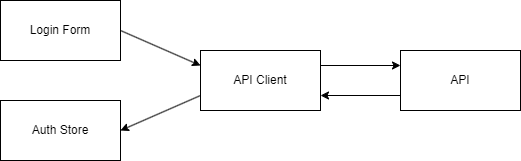
Before: .gitbook/assets/login_flow_frontend.drawio.png, a diagram exported from draw.io (Bernardo-MG/development-docs-architecture). Source tidied: cells renumbered, new cells last; positions are measured from the earlier drawing's top-left corner, leaving out a move shared by most shapes. Source of this version:
```xml
<mxGraphModel>
  <root>
    <mxCell id="0" />
    <mxCell id="1" parent="0" />
    <mxCell id="2" value="Login Form" style="rounded=0;whiteSpace=wrap;html=1;" parent="1" vertex="1">
      <mxGeometry width="120" height="60" as="geometry" />
    </mxCell>
    <mxCell id="3" value="API Client" style="rounded=0;whiteSpace=wrap;html=1;" parent="1" vertex="1">
      <mxGeometry x="200" y="50" width="120" height="60" as="geometry" />
    </mxCell>
    <mxCell id="4" value="API" style="rounded=0;whiteSpace=wrap;html=1;" parent="1" vertex="1">
      <mxGeometry x="400" y="50" width="120" height="60" as="geometry" />
    </mxCell>
    <mxCell id="5" style="endArrow=classic;html=1;rounded=0;exitX=1;exitY=0.5;exitDx=0;exitDy=0;entryX=0;entryY=0.25;entryDx=0;entryDy=0;" parent="1" edge="1" source="2" target="3">
      <mxGeometry relative="1" as="geometry" />
    </mxCell>
    <mxCell id="6" style="endArrow=classic;html=1;rounded=0;exitX=0;exitY=0.75;exitDx=0;exitDy=0;entryX=1;entryY=0.75;entryDx=0;entryDy=0;" parent="1" edge="1" source="4" target="3">
      <mxGeometry relative="1" as="geometry" />
    </mxCell>
    <mxCell id="7" style="endArrow=classic;html=1;rounded=0;exitX=1;exitY=0.25;exitDx=0;exitDy=0;entryX=0;entryY=0.25;entryDx=0;entryDy=0;" parent="1" edge="1" source="3" target="4">
      <mxGeometry relative="1" as="geometry" />
    </mxCell>
    <mxCell id="8" value="Auth Store" style="rounded=0;whiteSpace=wrap;html=1;" parent="1" vertex="1">
      <mxGeometry y="100" width="120" height="60" as="geometry" />
    </mxCell>
    <mxCell id="9" style="endArrow=classic;html=1;rounded=0;exitX=0;exitY=0.75;exitDx=0;exitDy=0;entryX=1;entryY=0.5;entryDx=0;entryDy=0;" parent="1" edge="1" source="3" target="8">
      <mxGeometry relative="1" as="geometry" />
    </mxCell>
  </root>
</mxGraphModel>
```
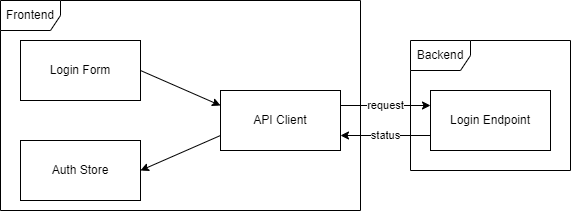
Above is the later version.

The edit, as a diff of the source:
```diff
@@ -8,16 +8,16 @@
     <mxCell id="3" value="API Client" style="rounded=0;whiteSpace=wrap;html=1;" parent="1" vertex="1">
       <mxGeometry x="200" y="50" width="120" height="60" as="geometry" />
     </mxCell>
-    <mxCell id="4" value="API" style="rounded=0;whiteSpace=wrap;html=1;" parent="1" vertex="1">
-      <mxGeometry x="400" y="50" width="120" height="60" as="geometry" />
+    <mxCell id="4" value="Login Endpoint" style="rounded=0;whiteSpace=wrap;html=1;" parent="1" vertex="1">
+      <mxGeometry x="410" y="50" width="120" height="60" as="geometry" />
     </mxCell>
     <mxCell id="5" style="endArrow=classic;html=1;rounded=0;exitX=1;exitY=0.5;exitDx=0;exitDy=0;entryX=0;entryY=0.25;entryDx=0;entryDy=0;" parent="1" edge="1" source="2" target="3">
       <mxGeometry relative="1" as="geometry" />
     </mxCell>
-    <mxCell id="6" style="endArrow=classic;html=1;rounded=0;exitX=0;exitY=0.75;exitDx=0;exitDy=0;entryX=1;entryY=0.75;entryDx=0;entryDy=0;" parent="1" edge="1" source="4" target="3">
+    <mxCell id="6" value="status" style="endArrow=classic;html=1;rounded=0;exitX=0;exitY=0.75;exitDx=0;exitDy=0;entryX=1;entryY=0.75;entryDx=0;entryDy=0;" parent="1" edge="1" source="4" target="3">
       <mxGeometry relative="1" as="geometry" />
     </mxCell>
-    <mxCell id="7" style="endArrow=classic;html=1;rounded=0;exitX=1;exitY=0.25;exitDx=0;exitDy=0;entryX=0;entryY=0.25;entryDx=0;entryDy=0;" parent="1" edge="1" source="3" target="4">
+    <mxCell id="7" value="request" style="endArrow=classic;html=1;rounded=0;exitX=1;exitY=0.25;exitDx=0;exitDy=0;entryX=0;entryY=0.25;entryDx=0;entryDy=0;" parent="1" edge="1" source="3" target="4">
       <mxGeometry relative="1" as="geometry" />
     </mxCell>
     <mxCell id="8" value="Auth Store" style="rounded=0;whiteSpace=wrap;html=1;" parent="1" vertex="1">
@@ -26,5 +26,11 @@
     <mxCell id="9" style="endArrow=classic;html=1;rounded=0;exitX=0;exitY=0.75;exitDx=0;exitDy=0;entryX=1;entryY=0.5;entryDx=0;entryDy=0;" parent="1" edge="1" source="3" target="8">
       <mxGeometry relative="1" as="geometry" />
     </mxCell>
+    <mxCell id="10" value="Backend" style="shape=umlFrame;whiteSpace=wrap;html=1;" parent="1" vertex="1">
+      <mxGeometry x="390" width="160" height="130" as="geometry" />
+    </mxCell>
+    <mxCell id="11" value="Frontend" style="shape=umlFrame;whiteSpace=wrap;html=1;" parent="1" vertex="1">
+      <mxGeometry x="-20" y="-40" width="360" height="210" as="geometry" />
+    </mxCell>
   </root>
 </mxGraphModel>
```
